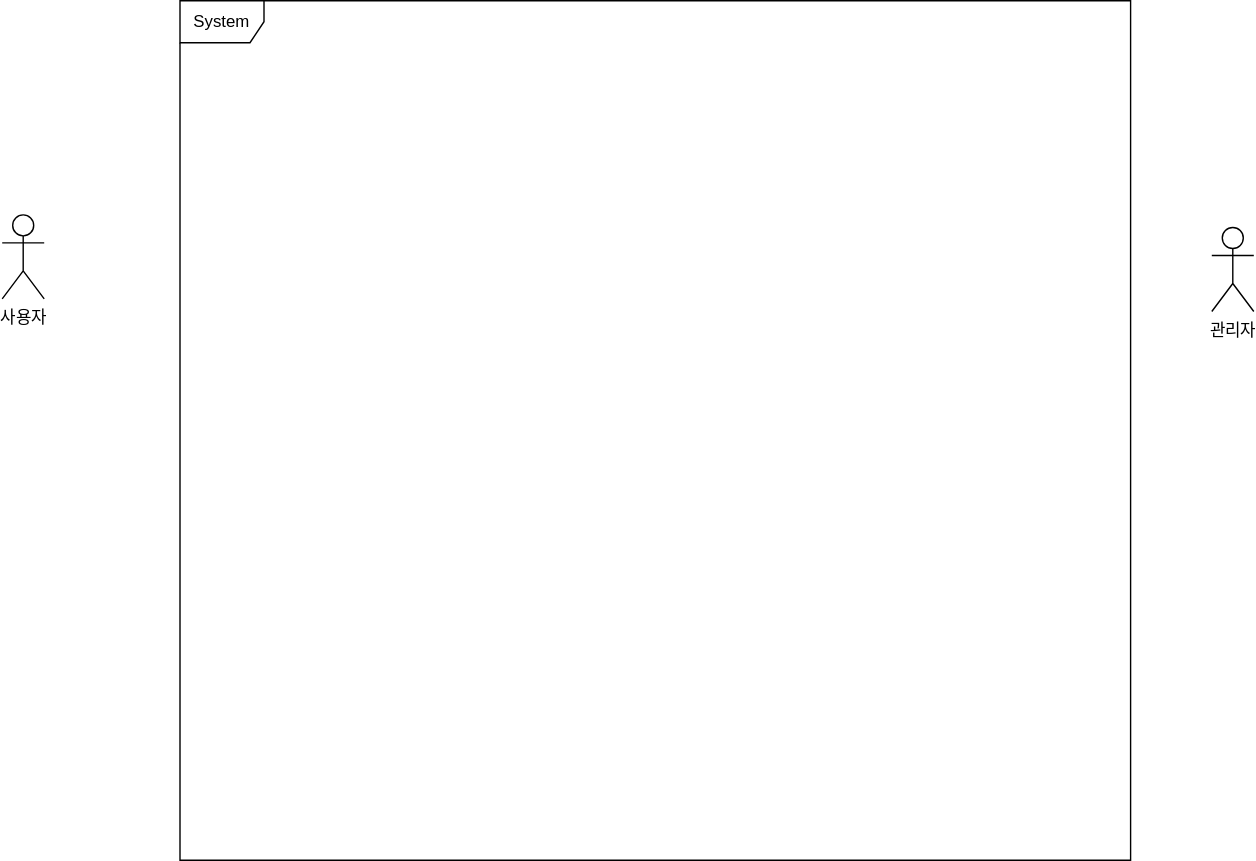
hueyjeong/uml-leanring keeps this draw.io diagram as 2일차.drawio.svg. Above is the earlier version. Source tidied: cells renumbered, new cells last; positions are measured from the earlier drawing's top-left corner, leaving out a move shared by most shapes. Its diagram source:
```xml
<mxGraphModel>
  <root>
    <mxCell id="0" />
    <mxCell id="1" parent="0" />
    <mxCell id="2" value="사용자" style="shape=umlActor;verticalLabelPosition=bottom;verticalAlign=top;html=1;" parent="1" vertex="1">
      <mxGeometry y="153" width="30" height="60" as="geometry" />
    </mxCell>
    <mxCell id="3" value="관리자" style="shape=umlActor;verticalLabelPosition=bottom;verticalAlign=top;html=1;" parent="1" vertex="1">
      <mxGeometry x="864" y="162" width="30" height="60" as="geometry" />
    </mxCell>
    <mxCell id="4" value="System" style="shape=umlFrame;whiteSpace=wrap;html=1;" parent="1" vertex="1">
      <mxGeometry x="127" width="679" height="614" as="geometry" />
    </mxCell>
  </root>
</mxGraphModel>
```
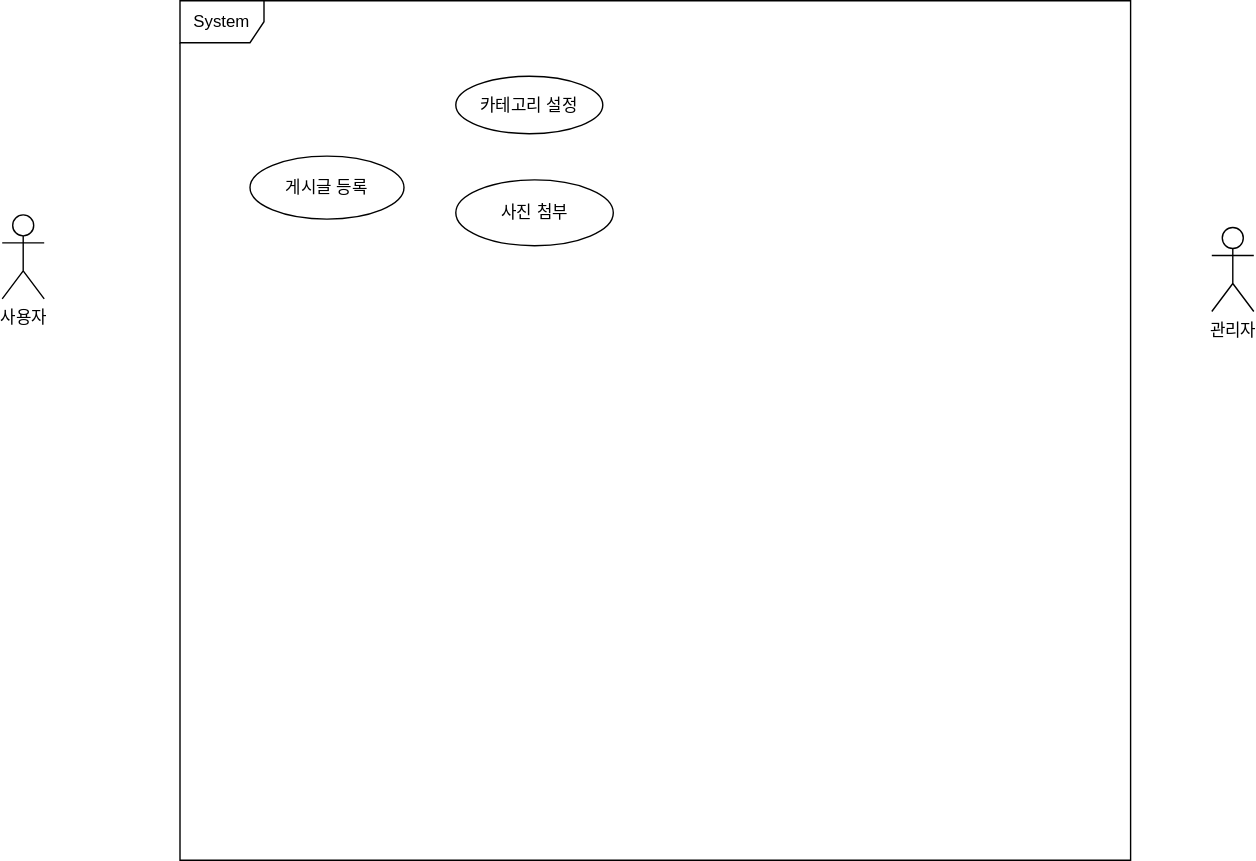
After the change.

Commit message:
2일차.drawio.svg 업데이트

The edit, as a diff of the source:
```diff
@@ -11,5 +11,14 @@
     <mxCell id="4" value="System" style="shape=umlFrame;whiteSpace=wrap;html=1;" parent="1" vertex="1">
       <mxGeometry x="127" width="679" height="614" as="geometry" />
     </mxCell>
+    <mxCell id="5" value="게시글 등록" style="ellipse;whiteSpace=wrap;html=1;" parent="1" vertex="1">
+      <mxGeometry x="177" y="111" width="110" height="45" as="geometry" />
+    </mxCell>
+    <mxCell id="6" value="카테고리 설정" style="ellipse;whiteSpace=wrap;html=1;" parent="1" vertex="1">
+      <mxGeometry x="324" y="54" width="105" height="41" as="geometry" />
+    </mxCell>
+    <mxCell id="7" value="사진 첨부" style="ellipse;whiteSpace=wrap;html=1;" parent="1" vertex="1">
+      <mxGeometry x="324" y="128" width="112.5" height="47" as="geometry" />
+    </mxCell>
   </root>
 </mxGraphModel>
```
